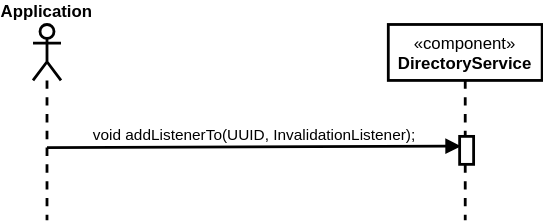
Above: docs/middleware/diagrams/UC02SubscribeToServiceGroupSequenceDiagramLevel1.drawio.svg in HaniAlshikh/tron (draw.io), before the change. Source tidied: cells renumbered, new cells last; positions are measured from the earlier drawing's top-left corner, leaving out a move shared by most shapes.
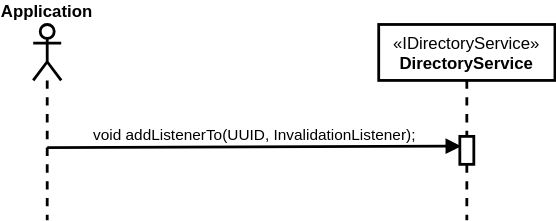
After the change.

Commit message:
Docs: Runtime View Level diagrams interfaces

What changed in the source:
```diff
@@ -2,8 +2,8 @@
   <root>
     <mxCell id="0" />
     <mxCell id="1" parent="0" />
-    <mxCell id="2" value="&lt;span&gt;«component»&lt;br&gt;&lt;b&gt;DirectoryService&lt;/b&gt;&lt;br&gt;&lt;/span&gt;" style="shape=umlLifeline;perimeter=lifelinePerimeter;whiteSpace=wrap;html=1;strokeWidth=2;verticalAlign=top;" parent="1" vertex="1">
-      <mxGeometry x="254" width="110" height="140" as="geometry" />
+    <mxCell id="2" value="&lt;span&gt;«IDirectoryService»&lt;br&gt;&lt;b&gt;DirectoryService&lt;/b&gt;&lt;br&gt;&lt;/span&gt;" style="shape=umlLifeline;perimeter=lifelinePerimeter;whiteSpace=wrap;html=1;strokeWidth=2;verticalAlign=top;" parent="1" vertex="1">
+      <mxGeometry x="247" width="126" height="140" as="geometry" />
     </mxCell>
     <mxCell id="3" value="&lt;b&gt;Application&lt;/b&gt;" style="shape=umlLifeline;participant=umlActor;perimeter=lifelinePerimeter;whiteSpace=wrap;html=1;verticalAlign=bottom;spacingTop=36;strokeWidth=2;labelPosition=center;verticalLabelPosition=top;align=center;" parent="1" vertex="1">
       <mxGeometry width="20" height="140" as="geometry" />
```
